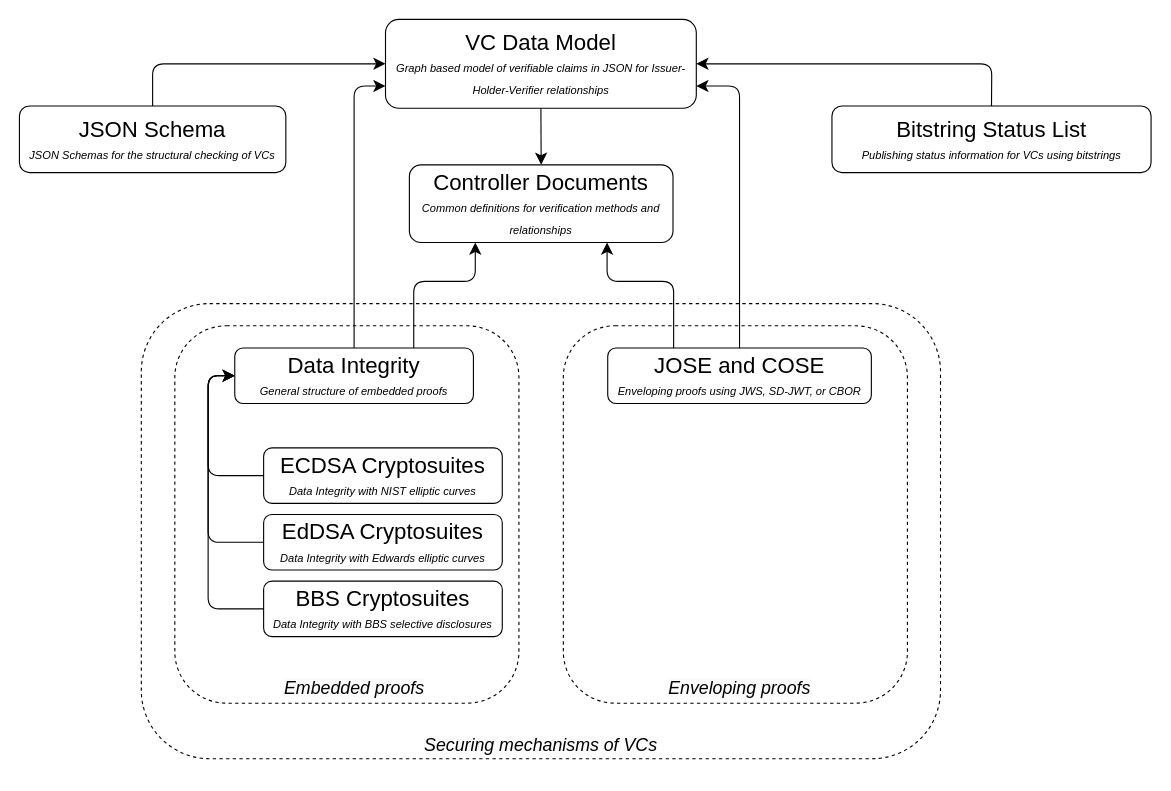
The draw.io diagram diagrams/VCWG_specifications.drawio in w3c/vc-overview, before the edit. Source tidied: cells renumbered, new cells numbered last; positions are measured from the earlier drawing's top-left corner, leaving out a move shared by most shapes. Both pictures are drawn from the tidied source at 111%, with x=0, y=0 at pixel (19, 19).
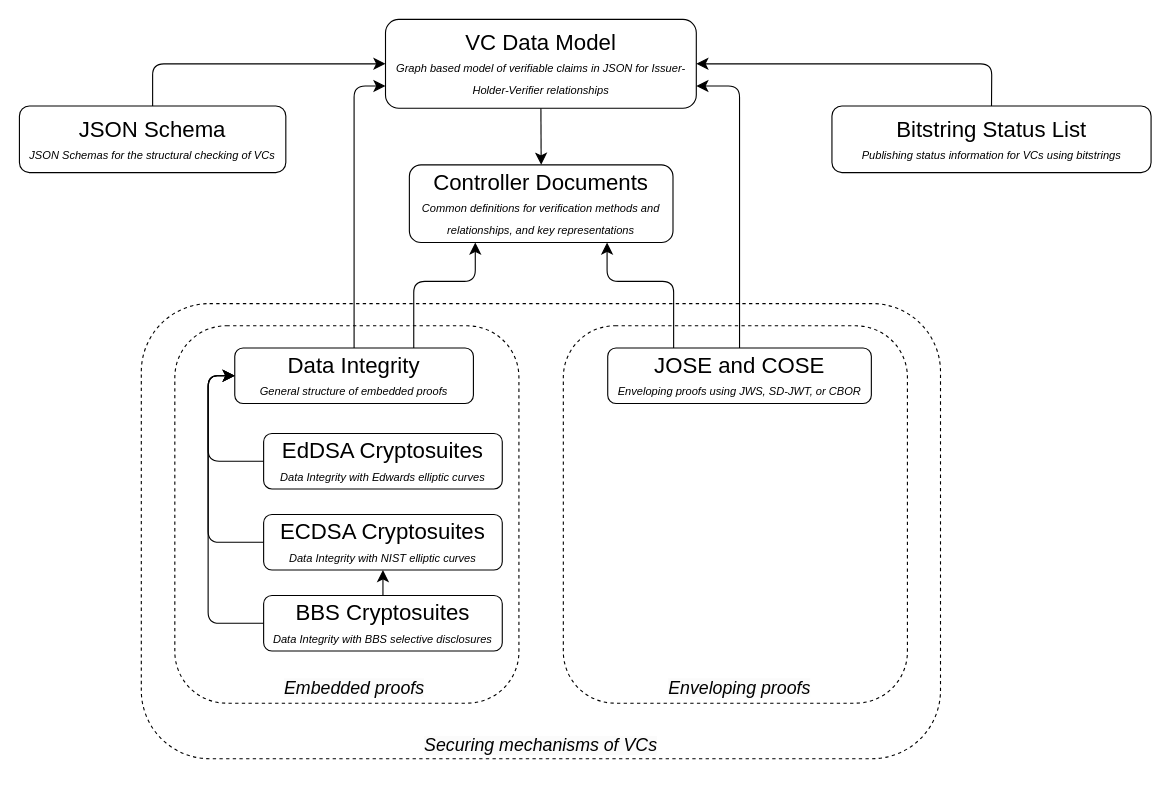
After the change.

Change to the diagram source:
```diff
@@
-    <mxCell id="10" value="&lt;span style=&quot;font-size: 20px;&quot;&gt;ECDSA Cryptosuites&lt;/span&gt;&lt;br&gt;&lt;font style=&quot;font-size: 10px;&quot;&gt;&lt;i&gt;Data Integrity with NIST elliptic curves&lt;/i&gt;&lt;/font&gt;" style="rounded=1;whiteSpace=wrap;html=1;fontSize=16;labelBackgroundColor=none;fillColor=none;" parent="1" vertex="1">
-      <mxGeometry x="220" y="386" width="215" height="50" as="geometry" />
+    <mxCell id="10" value="&lt;span style=&quot;font-size: 20px;&quot;&gt;Ed&lt;/span&gt;&lt;span style=&quot;font-size: 20px; background-color: initial;&quot;&gt;DSA Cryptosuites&lt;/span&gt;&lt;div&gt;&lt;font style=&quot;font-size: 10px;&quot;&gt;&lt;i&gt;Data Integrity with Edwards elliptic curves&lt;/i&gt;&lt;/font&gt;&lt;/div&gt;" style="rounded=1;whiteSpace=wrap;html=1;fontSize=16;labelBackgroundColor=none;fillColor=none;" parent="1" vertex="1">
+      <mxGeometry x="220" y="373" width="215" height="50" as="geometry" />
     </mxCell>
-    <mxCell id="11" value="&lt;span style=&quot;font-size: 20px;&quot;&gt;EdDSA Cryptosuites&lt;/span&gt;&lt;br&gt;&lt;font style=&quot;font-size: 10px;&quot;&gt;&lt;i&gt;Data Integrity with Edwards elliptic curves&lt;/i&gt;&lt;/font&gt;" style="rounded=1;whiteSpace=wrap;html=1;fontSize=16;labelBackgroundColor=none;fillColor=none;" parent="1" vertex="1">
+    <mxCell id="11" value="&lt;span style=&quot;font-size: 20px;&quot;&gt;ECDSA Cryptosuites&lt;/span&gt;&lt;br&gt;&lt;font style=&quot;font-size: 10px;&quot;&gt;&lt;i&gt;Data Integrity with NIST elliptic curves&lt;/i&gt;&lt;/font&gt;" style="rounded=1;whiteSpace=wrap;html=1;fontSize=16;labelBackgroundColor=none;fillColor=none;" parent="1" vertex="1">
       <mxGeometry x="220" y="446" width="215" height="50" as="geometry" />
     </mxCell>
     <mxCell id="12" value="&lt;span style=&quot;font-size: 20px;&quot;&gt;BBS Cryptosuites&lt;/span&gt;&lt;br&gt;&lt;font style=&quot;font-size: 10px;&quot;&gt;&lt;i&gt;Data Integrity with BBS selective disclosures&lt;/i&gt;&lt;/font&gt;" style="rounded=1;whiteSpace=wrap;html=1;fontSize=16;labelBackgroundColor=none;fillColor=none;" parent="1" vertex="1">
-      <mxGeometry x="220" y="506" width="215" height="50" as="geometry" />
+      <mxGeometry x="220" y="519" width="215" height="50" as="geometry" />
     </mxCell>
@@
-    <mxCell id="19" value="&lt;font style=&quot;&quot;&gt;&lt;span style=&quot;font-size: 20px;&quot;&gt;Controller Documents&lt;/span&gt;&lt;/font&gt;&lt;div&gt;&lt;font style=&quot;&quot;&gt;&lt;i style=&quot;font-size: 10px;&quot;&gt;Common definitions for verification methods and relationships&lt;/i&gt;&lt;br&gt;&lt;/font&gt;&lt;/div&gt;" style="rounded=1;whiteSpace=wrap;html=1;fontSize=16;labelBackgroundColor=none;fillColor=none;" parent="1" vertex="1">
+    <mxCell id="19" value="&lt;font style=&quot;&quot;&gt;&lt;span style=&quot;font-size: 20px;&quot;&gt;Controller Documents&lt;/span&gt;&lt;/font&gt;&lt;div&gt;&lt;font style=&quot;&quot;&gt;&lt;i style=&quot;font-size: 10px;&quot;&gt;Common definitions for verification methods and relationships, and key representations&lt;/i&gt;&lt;br&gt;&lt;/font&gt;&lt;/div&gt;" style="rounded=1;whiteSpace=wrap;html=1;fontSize=16;labelBackgroundColor=none;fillColor=none;" parent="1" vertex="1">
       <mxGeometry x="351.3" y="131" width="237.5" height="70" as="geometry" />
     </mxCell>
@@
+    <mxCell id="27" style="endArrow=classic;html=1;rounded=0;fontSize=12;startSize=8;endSize=8;curved=1;exitX=0.5;exitY=0;exitDx=0;exitDy=0;" parent="1" edge="1" source="12" target="11">
+      <mxGeometry relative="1" as="geometry" />
+    </mxCell>
```
